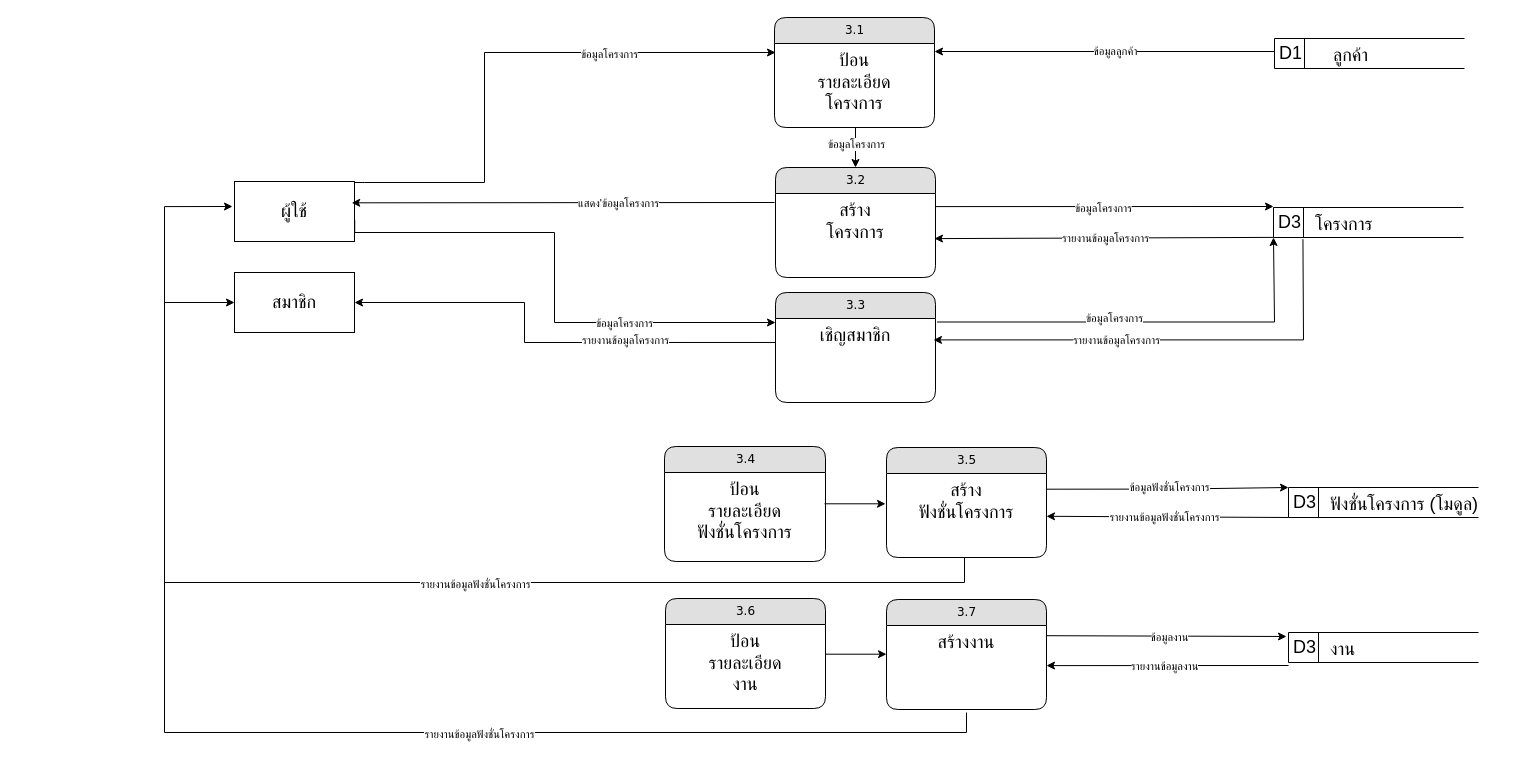
Above: dataflow-pms-3.0.drawio in NewSnooker/it-udvc-pms (draw.io), before the change. Source tidied: cells renumbered, new cells numbered last; positions are measured from the earlier drawing's top-left corner, leaving out a move shared by most shapes. Both pictures are drawn from the tidied source at 100%, with x=0, y=0 at pixel (164, 17).
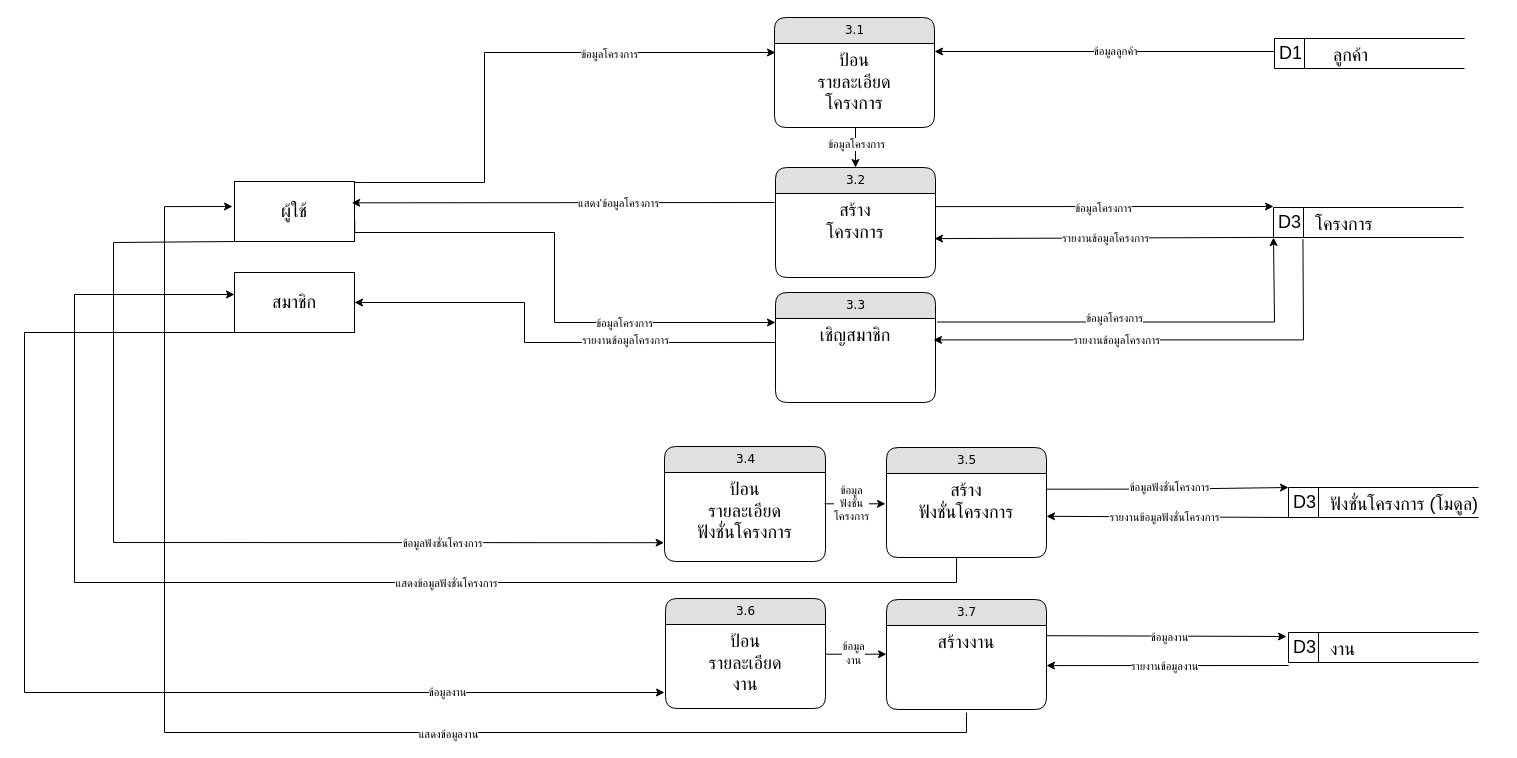
After the change.

Unchanged cells that the change refers to:
```xml
<mxCell id="27" value="&lt;div&gt;&lt;span style=&quot;font-size: 18px;&quot;&gt;สร้าง&lt;/span&gt;&lt;/div&gt;&lt;div&gt;&lt;span style=&quot;font-size: 18px;&quot;&gt;ฟังชั่นโครงการ&lt;/span&gt;&lt;/div&gt;" style="text;html=1;strokeColor=none;fillColor=none;spacingLeft=4;spacingRight=4;whiteSpace=wrap;overflow=hidden;points=[[0,0.5],[1,0.5]];portConstraint=eastwest;align=center;" parent="26" vertex="1">
  <mxGeometry y="26" width="160" height="84" as="geometry" />
</mxCell>
<mxCell id="50" value="&lt;span style=&quot;font-size: 18px; text-wrap-mode: nowrap;&quot;&gt;สมาชิก&lt;/span&gt;" style="rounded=0;whiteSpace=wrap;html=1;" parent="1" vertex="1">
  <mxGeometry x="70" y="255" width="120" height="60" as="geometry" />
</mxCell>
<mxCell id="57" style="endArrow=classic;html=1;rounded=0;entryX=-0.017;entryY=0.631;entryDx=0;entryDy=0;entryPerimeter=0;" parent="1" edge="1">
  <mxGeometry relative="1" as="geometry">
    <mxPoint x="802" y="695" as="sourcePoint" />
    <mxPoint x="68" y="189" as="targetPoint" />
    <Array as="points">
      <mxPoint x="802" y="715" />
      <mxPoint y="715" />
      <mxPoint y="189.1" />
    </Array>
  </mxGeometry>
</mxCell>
```

Diff of the diagram source:
```diff
@@
-    <mxCell id="58" value="รายงานข้อมูลฟังชั่นโครงการ" style="edgeLabel;html=1;align=center;verticalAlign=middle;" parent="57" vertex="1">
+    <mxCell id="58" value="แสดงข้อมูลงาน" style="edgeLabel;html=1;align=center;verticalAlign=middle;" parent="57" vertex="1">
       <mxGeometry x="-0.07" y="1" relative="1" as="geometry">
-        <mxPoint x="150" as="offset" />
+        <mxPoint x="119" as="offset" />
       </mxGeometry>
     </mxCell>
-    <mxCell id="59" style="endArrow=classic;html=1;rounded=0;" parent="1" edge="1">
-      <mxGeometry relative="1" as="geometry">
-        <mxPoint y="285" as="sourcePoint" />
-        <mxPoint x="70" y="285" as="targetPoint" />
-      </mxGeometry>
-    </mxCell>
-    <mxCell id="60" style="endArrow=none;html=1;rounded=0;" parent="1" edge="1">
-      <mxGeometry relative="1" as="geometry">
-        <mxPoint y="565" as="sourcePoint" />
-        <mxPoint x="800" y="540" as="targetPoint" />
-        <Array as="points">
-          <mxPoint x="800" y="565" />
-        </Array>
-      </mxGeometry>
-    </mxCell>
-    <mxCell id="61" value="รายงานข้อมูลฟังชั่นโครงการ" style="edgeLabel;html=1;align=center;verticalAlign=middle;" parent="60" vertex="1">
-      <mxGeometry x="-0.28" y="-3" relative="1" as="geometry">
-        <mxPoint x="13" y="-2" as="offset" />
-      </mxGeometry>
-    </mxCell>
+    <mxCell id="62" style="endArrow=classic;html=1;rounded=0;exitX=0.016;exitY=0.834;exitDx=0;exitDy=0;exitPerimeter=0;entryX=0.004;entryY=0.717;entryDx=0;entryDy=0;entryPerimeter=0;" parent="1" edge="1">
+      <mxGeometry relative="1" as="geometry">
+        <mxPoint x="70.9" y="224" as="sourcePoint" />
+        <mxPoint x="499.6" y="525.2" as="targetPoint" />
+        <Array as="points">
+          <mxPoint x="-51" y="225" />
+          <mxPoint x="-51" y="525" />
+        </Array>
+      </mxGeometry>
+    </mxCell>
+    <mxCell id="63" value="ข้อมูลฟังชั่นโครงการ" style="edgeLabel;html=1;align=center;verticalAlign=middle;" parent="62" vertex="1">
+      <mxGeometry x="0.53" relative="1" as="geometry">
+        <mxPoint x="6" as="offset" />
+      </mxGeometry>
+    </mxCell>
+    <mxCell id="64" value="ข้อมูล&lt;div&gt;ฟังชั่น&lt;div&gt;โครงการ&lt;/div&gt;&lt;/div&gt;" style="edgeLabel;html=1;align=center;verticalAlign=middle;" parent="62" vertex="1">
+      <mxGeometry x="0.53" relative="1" as="geometry">
+        <mxPoint x="415" y="-40" as="offset" />
+      </mxGeometry>
+    </mxCell>
+    <mxCell id="65" value="ข้อมูล&lt;div&gt;งาน&lt;/div&gt;" style="edgeLabel;html=1;align=center;verticalAlign=middle;" parent="62" vertex="1">
+      <mxGeometry x="0.53" relative="1" as="geometry">
+        <mxPoint x="417" y="110" as="offset" />
+      </mxGeometry>
+    </mxCell>
+    <mxCell id="66" style="endArrow=classic;html=1;rounded=0;entryX=0;entryY=0.5;entryDx=0;entryDy=0;exitX=0.438;exitY=1.006;exitDx=0;exitDy=0;exitPerimeter=0;" parent="1" edge="1" source="27">
+      <mxGeometry relative="1" as="geometry">
+        <mxPoint x="70" y="277" as="targetPoint" />
+        <Array as="points">
+          <mxPoint x="792" y="565" />
+          <mxPoint x="-90" y="565" />
+          <mxPoint x="-90" y="277" />
+        </Array>
+      </mxGeometry>
+    </mxCell>
+    <mxCell id="67" value="แสดงข้อมูลฟังชั่นโครงการ" style="edgeLabel;html=1;align=center;verticalAlign=middle;" parent="66" vertex="1">
+      <mxGeometry x="-0.07" y="1" relative="1" as="geometry">
+        <mxPoint x="95" y="-1" as="offset" />
+      </mxGeometry>
+    </mxCell>
+    <mxCell id="68" style="endArrow=classic;html=1;rounded=0;exitX=0;exitY=1;exitDx=0;exitDy=0;" parent="1" edge="1" source="50">
+      <mxGeometry relative="1" as="geometry">
+        <mxPoint x="500" y="675" as="targetPoint" />
+        <Array as="points">
+          <mxPoint x="-140" y="315" />
+          <mxPoint x="-140" y="675" />
+        </Array>
+      </mxGeometry>
+    </mxCell>
+    <mxCell id="69" value="ข้อมูลงาน" style="edgeLabel;html=1;align=center;verticalAlign=middle;" parent="68" vertex="1">
+      <mxGeometry x="0.64" y="1" relative="1" as="geometry" />
+    </mxCell>
```
